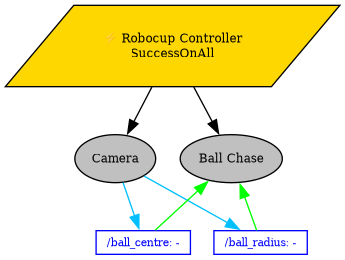
Above: controller/robocup_controller.png in debater-coder/robocup-26 (Graphviz), before the change. Its source is kept beside it as controller/robocup_controller.dot. Its diagram source:
```dot
digraph pastafarianism {
ordering=out;
graph [fontname="times-roman"];
node [fontname="times-roman"];
edge [fontname="times-roman"];
"Robocup Controller" [label="⚡ Robocup Controller\nSuccessOnAll", shape=parallelogram, style=filled, fillcolor=gold, fontsize=9, fontcolor=black];
Camera [label=Camera, shape=ellipse, style=filled, fillcolor=gray, fontsize=9, fontcolor=black];
"Robocup Controller" -> Camera;
"Ball Chase" [label="Ball Chase", shape=ellipse, style=filled, fillcolor=gray, fontsize=9, fontcolor=black];
"Robocup Controller" -> "Ball Chase";
"/ball_centre" -> "Ball Chase" [color=green, constraint=false, weight=0];
Camera -> "/ball_centre" [color=deepskyblue, constraint=false, weight=0];
"/ball_radius" -> "Ball Chase" [color=green, constraint=false, weight=0];
Camera -> "/ball_radius" [color=deepskyblue, constraint=false, weight=0];
subgraph Blackboard {
id=Blackboard;
label=Blackboard;
rank=sink;
"/ball_centre" [label="/ball_centre: -", shape=box, style=filled, color=blue, fillcolor=white, fontsize=8, fontcolor=blue, width=0, height=0, fixedsize=false];
"/ball_radius" [label="/ball_radius: -", shape=box, style=filled, color=blue, fillcolor=white, fontsize=8, fontcolor=blue, width=0, height=0, fixedsize=false];
}
}
```
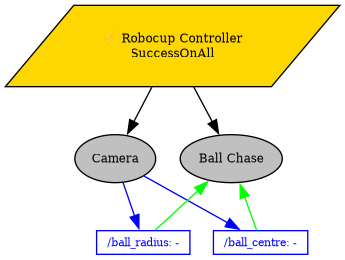
Above is the later version.

Change to the diagram source:
```diff
@@ -8,15 +8,15 @@
 "Robocup Controller" -> Camera;
 "Ball Chase" [label="Ball Chase", shape=ellipse, style=filled, fillcolor=gray, fontsize=9, fontcolor=black];
 "Robocup Controller" -> "Ball Chase";
+"/ball_radius" -> "Ball Chase" [color=green, constraint=false, weight=0];
+Camera -> "/ball_radius" [color=blue, constraint=false, weight=0];
 "/ball_centre" -> "Ball Chase" [color=green, constraint=false, weight=0];
-Camera -> "/ball_centre" [color=deepskyblue, constraint=false, weight=0];
-"/ball_radius" -> "Ball Chase" [color=green, constraint=false, weight=0];
-Camera -> "/ball_radius" [color=deepskyblue, constraint=false, weight=0];
+Camera -> "/ball_centre" [color=blue, constraint=false, weight=0];
 subgraph Blackboard {
 id=Blackboard;
 label=Blackboard;
 rank=sink;
+"/ball_radius" [label="/ball_radius: -", shape=box, style=filled, color=blue, fillcolor=white, fontsize=8, fontcolor=blue, width=0, height=0, fixedsize=false];
 "/ball_centre" [label="/ball_centre: -", shape=box, style=filled, color=blue, fillcolor=white, fontsize=8, fontcolor=blue, width=0, height=0, fixedsize=false];
-"/ball_radius" [label="/ball_radius: -", shape=box, style=filled, color=blue, fillcolor=white, fontsize=8, fontcolor=blue, width=0, height=0, fixedsize=false];
 }
 }
```
